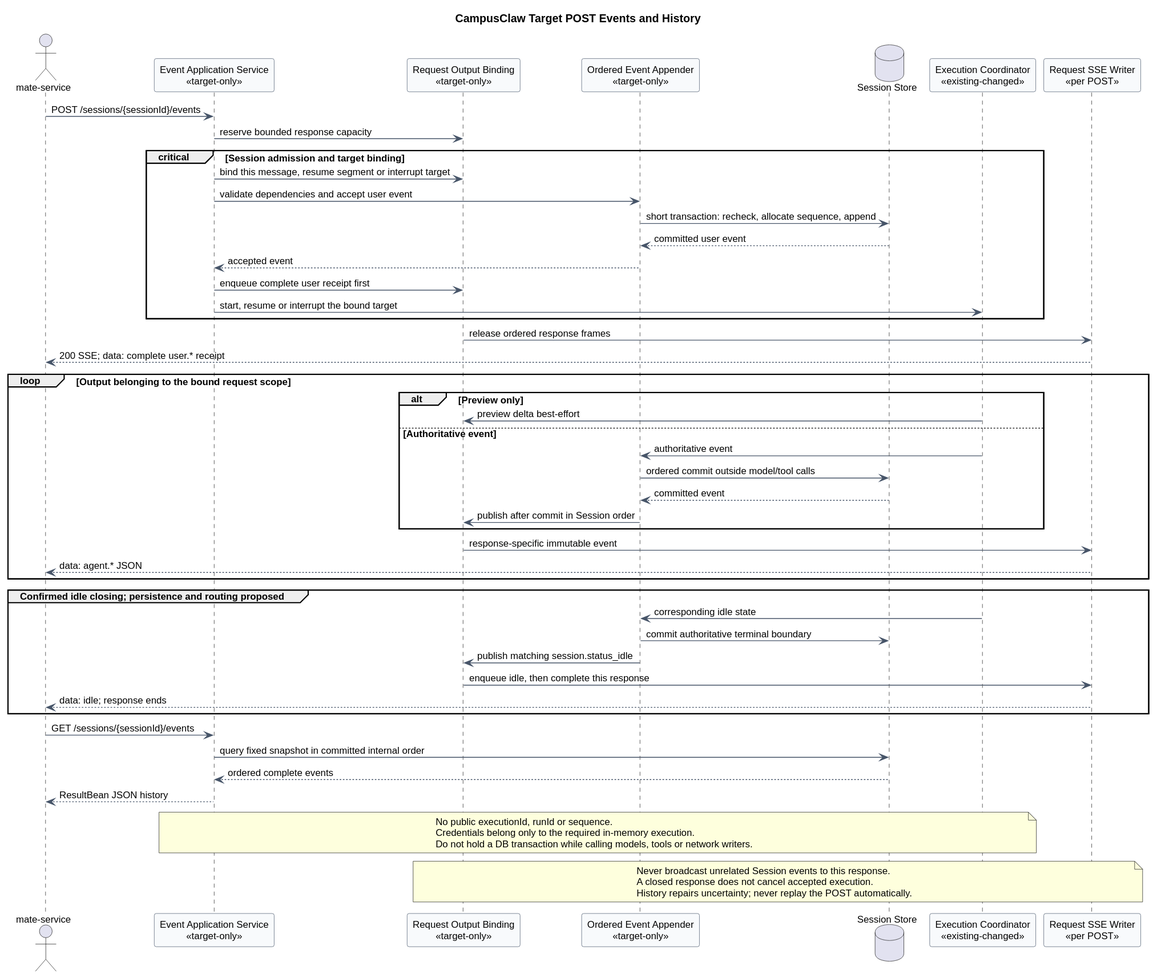
Before: 01-总体架构/01-CampusClaw多Agent运行时/设计图/事件接口重设计/target_session_events_resource_model.svg, a diagram exported from PlantUML (ssm0808/pi-mono-java-design).
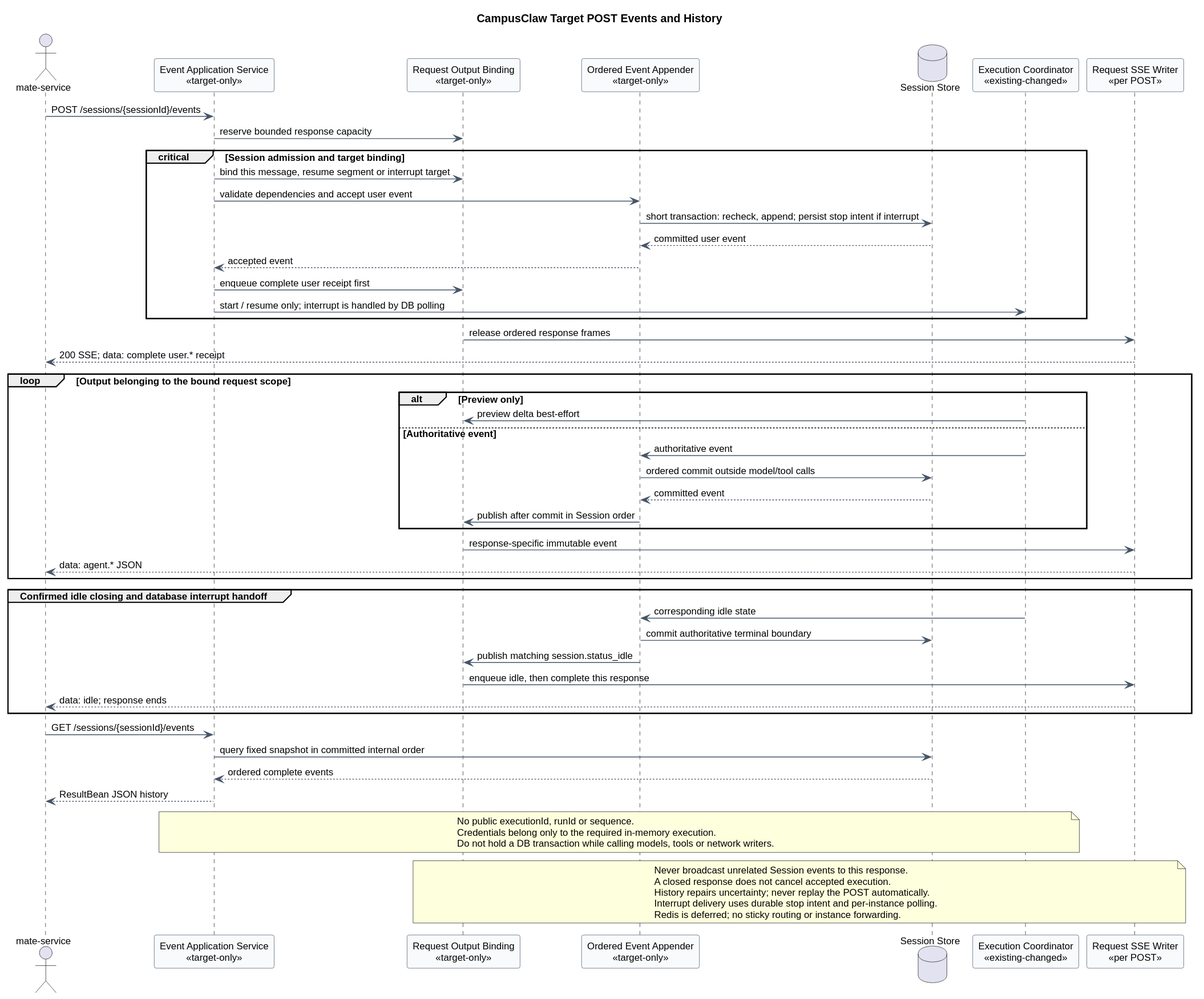
Later version of the same file.

The edit, as a diff of the source:
```diff
@@ -22,11 +22,11 @@
 critical Session admission and target binding
   API -> Binding : bind this message, resume segment or interrupt target
   API -> Append : validate dependencies and accept user event
-  Append -> Store : short transaction: recheck, allocate sequence, append
+  Append -> Store : short transaction: recheck, append; persist stop intent if interrupt
   Store --> Append : committed user event
   Append --> API : accepted event
   API -> Binding : enqueue complete user receipt first
-  API -> Execution : start, resume or interrupt the bound target
+  API -> Execution : start / resume only; interrupt is handled by DB polling
 end
 Binding -> Writer : release ordered response frames
 Writer --> Mate : 200 SSE; data: complete user.* receipt
@@ -43,7 +43,7 @@
   Binding -> Writer : response-specific immutable event
   Writer --> Mate : data: agent.* JSON
 end
-group Confirmed idle closing; persistence and routing proposed
+group Confirmed idle closing and database interrupt handoff
   Execution -> Append : corresponding idle state
   Append -> Store : commit authoritative terminal boundary
   Append -> Binding : publish matching session.status_idle
@@ -64,5 +64,7 @@
 Never broadcast unrelated Session events to this response.
 A closed response does not cancel accepted execution.
 History repairs uncertainty; never replay the POST automatically.
+Interrupt delivery uses durable stop intent and per-instance polling.
+Redis is deferred; no sticky routing or instance forwarding.
 end note
 @enduml
```
